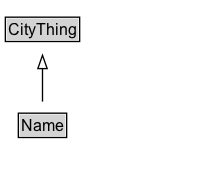
Earlier version of the Graphviz export docs/diagrams/Name.dot.png (ISO-TC204/ontology-cdm-p2-v1). Its source is kept beside it as docs/diagrams/Name.dot.
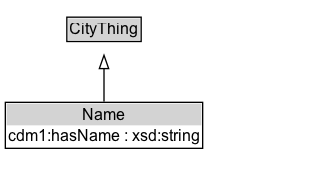
The same diagram one commit later.

The edit, as a diff of the source:
```diff
@@ -3,13 +3,16 @@
 	node [fontname=Arial fontsize=12 margin=0 shape=none]
 	edge [fontname=Arial fontsize=11]
 	{
+		rank=source
+		CityThing [label=<<TABLE BORDER="1" CELLBORDER="0" CELLSPACING="0" CELLPADDING="1"><TR><TD BGCOLOR="lightgray" ALIGN="CENTER">CityThing</TD></TR></TABLE>> URL="../CityThing" margin=0]
+	}
+	Name [label=<<TABLE BORDER="1" CELLBORDER="0" CELLSPACING="0" CELLPADDING="1"><TR><TD BGCOLOR="lightgray" ALIGN="CENTER">Name</TD></TR><TR><TD ALIGN="LEFT">cdm1:hasName : xsd:string</TD></TR></TABLE>> URL="../Name" margin=0]
+	{
 		rank=max
-		Name [label=<<TABLE BORDER="1" CELLBORDER="0" CELLSPACING="0" CELLPADDING="1"><TR><TD BGCOLOR="lightgray" ALIGN="CENTER" PORT="e">Name</TD></TR></TABLE>> URL="../Name.md" margin=0]
 	}
 	subgraph cluster_associated {
 		label="" style=invis
 		Invis [label=<<TABLE BORDER="0" CELLBORDER="0" CELLSPACING="0" CELLPADDING="1"><TR><TD></TD></TR></TABLE>> margin=0 style=invis]
 	}
-	CityThing [label=<<TABLE BORDER="1" CELLBORDER="0" CELLSPACING="0" CELLPADDING="1"><TR><TD BGCOLOR="lightgray" ALIGN="CENTER">CityThing</TD></TR></TABLE>> URL="../CityThing.md" margin=0]
 	Name -> CityThing [arrowhead=onormal style=solid]
 }
```
